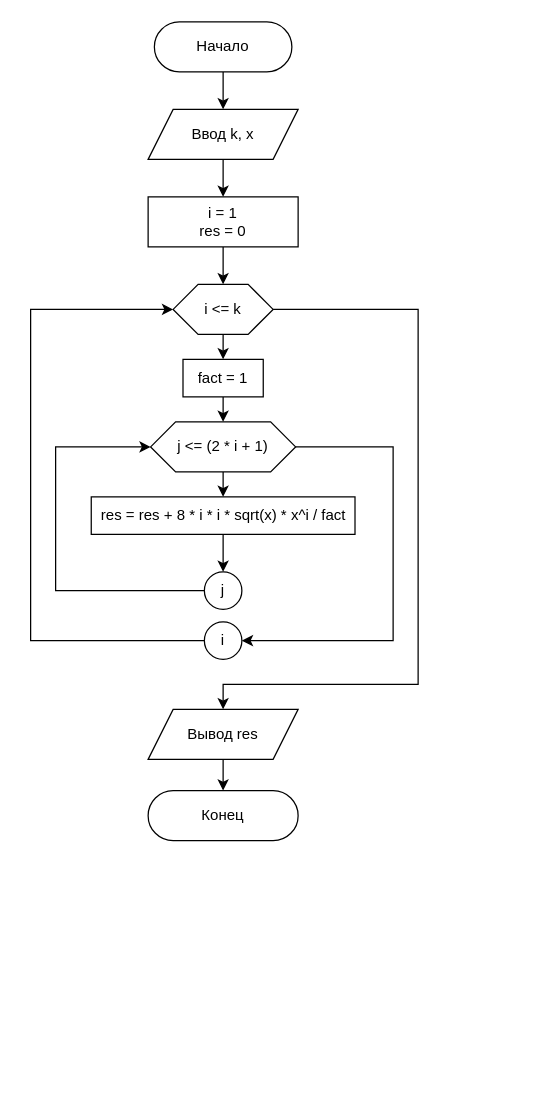
Earlier version of the draw.io diagram Semester-2/Программирование (15)/Отчёты/4.drawio (JustyDev/University). Source tidied: cells renumbered, new cells numbered last; positions are measured from the earlier drawing's top-left corner, leaving out a move shared by most shapes. Both pictures are drawn from the tidied source at 125%, with x=0, y=0 at pixel (30, 21).
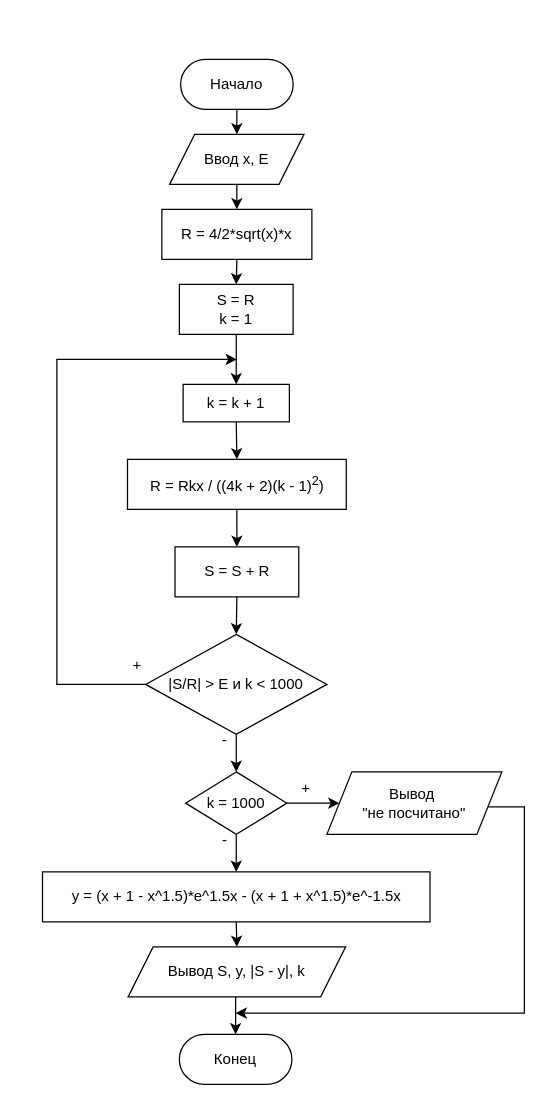
The same page after the edit.

The edit, as a diff of the source:
```diff
@@
+    <mxCell id="25" style="edgeStyle=orthogonalEdgeStyle;rounded=0;jettySize=auto;html=1;exitX=0.5;exitY=1;exitDx=0;exitDy=0;entryX=0.5;entryY=0;entryDx=0;entryDy=0;" parent="1" edge="1" source="2" target="27">
+      <mxGeometry relative="1" as="geometry" />
+    </mxCell>
     <mxCell id="2" value="Начало" style="rounded=1;whiteSpace=wrap;html=1;arcSize=50;" parent="1" vertex="1">
-      <mxGeometry x="99" width="110" height="40" as="geometry" />
+      <mxGeometry x="120" y="30" width="90" height="40" as="geometry" />
     </mxCell>
-    <mxCell id="3" value="Ввод k, x" style="shape=parallelogram;perimeter=parallelogramPerimeter;whiteSpace=wrap;html=1;fixedSize=1;" parent="1" vertex="1">
-      <mxGeometry x="94" y="70" width="120" height="40" as="geometry" />
-    </mxCell>
-    <mxCell id="4" value="i = 1&lt;br&gt;res = 0" style="rounded=0;whiteSpace=wrap;html=1;" parent="1" vertex="1">
-      <mxGeometry x="94" y="140" width="120" height="40" as="geometry" />
-    </mxCell>
-    <mxCell id="5" style="endArrow=classic;html=1;rounded=0;exitX=0;exitY=0.5;exitDx=0;exitDy=0;entryX=0;entryY=0.5;entryDx=0;entryDy=0;" parent="1" edge="1" source="14" target="13">
-      <mxGeometry relative="1" as="geometry">
-        <Array as="points">
-          <mxPoint y="495" />
-          <mxPoint y="375" />
-          <mxPoint y="230" />
-        </Array>
-      </mxGeometry>
-    </mxCell>
-    <mxCell id="6" style="endArrow=classic;html=1;rounded=0;exitX=0.5;exitY=1;exitDx=0;exitDy=0;entryX=0.5;entryY=0;entryDx=0;entryDy=0;" parent="1" edge="1" source="2" target="3">
-      <mxGeometry relative="1" as="geometry" />
-    </mxCell>
-    <mxCell id="7" style="endArrow=classic;html=1;rounded=0;exitX=0.5;exitY=1;exitDx=0;exitDy=0;entryX=0.5;entryY=0;entryDx=0;entryDy=0;" parent="1" edge="1" source="3" target="4">
-      <mxGeometry relative="1" as="geometry" />
-    </mxCell>
-    <mxCell id="8" value="Вывод res" style="shape=parallelogram;perimeter=parallelogramPerimeter;whiteSpace=wrap;html=1;fixedSize=1;" parent="1" vertex="1">
-      <mxGeometry x="94" y="550" width="120" height="40" as="geometry" />
-    </mxCell>
-    <mxCell id="9" style="endArrow=classic;html=1;rounded=0;exitX=0.5;exitY=1;exitDx=0;exitDy=0;" parent="1" edge="1" source="4">
-      <mxGeometry relative="1" as="geometry">
-        <mxPoint x="154" y="210" as="targetPoint" />
-      </mxGeometry>
-    </mxCell>
-    <mxCell id="10" style="endArrow=classic;html=1;rounded=0;exitX=1;exitY=0.5;exitDx=0;exitDy=0;" parent="1" edge="1" source="13" target="8">
-      <mxGeometry relative="1" as="geometry">
-        <Array as="points">
-          <mxPoint x="310" y="230" />
-          <mxPoint x="310" y="530" />
-          <mxPoint x="154" y="530" />
-        </Array>
-      </mxGeometry>
-    </mxCell>
-    <mxCell id="11" style="endArrow=classic;html=1;rounded=0;exitX=0.5;exitY=1;exitDx=0;exitDy=0;" parent="1" edge="1" source="8" target="12">
-      <mxGeometry relative="1" as="geometry" />
-    </mxCell>
+    <mxCell id="26" style="edgeStyle=orthogonalEdgeStyle;rounded=0;jettySize=auto;html=1;exitX=0.5;exitY=1;exitDx=0;exitDy=0;entryX=0.5;entryY=0;entryDx=0;entryDy=0;" parent="1" edge="1" source="27" target="29">
+      <mxGeometry relative="1" as="geometry" />
+    </mxCell>
+    <mxCell id="27" value="Ввод x, E" style="shape=parallelogram;perimeter=parallelogramPerimeter;whiteSpace=wrap;html=1;fixedSize=1;" parent="1" vertex="1">
+      <mxGeometry x="111.2" y="90" width="107.5" height="40" as="geometry" />
+    </mxCell>
+    <mxCell id="28" style="edgeStyle=orthogonalEdgeStyle;rounded=0;jettySize=auto;html=1;exitX=0.5;exitY=1;exitDx=0;exitDy=0;entryX=0.5;entryY=0;entryDx=0;entryDy=0;" parent="1" edge="1" source="29" target="31">
+      <mxGeometry relative="1" as="geometry" />
+    </mxCell>
+    <mxCell id="29" value="R = 4/2*sqrt(x)*x" style="rounded=0;whiteSpace=wrap;html=1;" parent="1" vertex="1">
+      <mxGeometry x="105" y="150" width="120" height="40" as="geometry" />
+    </mxCell>
+    <mxCell id="30" style="edgeStyle=orthogonalEdgeStyle;rounded=0;jettySize=auto;html=1;exitX=0.5;exitY=1;exitDx=0;exitDy=0;entryX=0.5;entryY=0;entryDx=0;entryDy=0;" parent="1" edge="1" source="31" target="33">
+      <mxGeometry relative="1" as="geometry" />
+    </mxCell>
+    <mxCell id="31" value="S = R&lt;div&gt;k = 1&lt;/div&gt;" style="rounded=0;whiteSpace=wrap;html=1;" parent="1" vertex="1">
+      <mxGeometry x="119" y="210" width="91" height="40" as="geometry" />
+    </mxCell>
+    <mxCell id="32" style="edgeStyle=orthogonalEdgeStyle;rounded=0;jettySize=auto;html=1;exitX=0.5;exitY=1;exitDx=0;exitDy=0;entryX=0.5;entryY=0;entryDx=0;entryDy=0;" parent="1" edge="1" source="33" target="35">
+      <mxGeometry relative="1" as="geometry" />
+    </mxCell>
+    <mxCell id="33" value="k = k + 1" style="rounded=0;whiteSpace=wrap;html=1;" parent="1" vertex="1">
+      <mxGeometry x="122" y="290" width="85" height="30" as="geometry" />
+    </mxCell>
+    <mxCell id="34" style="edgeStyle=orthogonalEdgeStyle;rounded=0;jettySize=auto;html=1;exitX=0.5;exitY=1;exitDx=0;exitDy=0;entryX=0.5;entryY=0;entryDx=0;entryDy=0;" parent="1" edge="1" source="35" target="37">
+      <mxGeometry relative="1" as="geometry" />
+    </mxCell>
+    <mxCell id="35" value="R = Rkx / ((4k + 2)(k - 1)&lt;sup&gt;2&lt;/sup&gt;)" style="rounded=0;whiteSpace=wrap;html=1;" parent="1" vertex="1">
+      <mxGeometry x="77.5" y="350" width="175" height="40" as="geometry" />
+    </mxCell>
+    <mxCell id="36" style="edgeStyle=orthogonalEdgeStyle;rounded=0;jettySize=auto;html=1;exitX=0.5;exitY=1;exitDx=0;exitDy=0;entryX=0.5;entryY=0;entryDx=0;entryDy=0;" parent="1" edge="1" source="37" target="40">
+      <mxGeometry relative="1" as="geometry" />
+    </mxCell>
+    <mxCell id="37" value="S = S + R" style="rounded=0;whiteSpace=wrap;html=1;" parent="1" vertex="1">
+      <mxGeometry x="115.5" y="420" width="99" height="40" as="geometry" />
+    </mxCell>
+    <mxCell id="38" style="edgeStyle=orthogonalEdgeStyle;rounded=0;jettySize=auto;html=1;exitX=0.5;exitY=1;exitDx=0;exitDy=0;entryX=0.5;entryY=0;entryDx=0;entryDy=0;" parent="1" edge="1" source="40" target="43">
+      <mxGeometry relative="1" as="geometry" />
+    </mxCell>
+    <mxCell id="39" style="edgeStyle=orthogonalEdgeStyle;rounded=0;jettySize=auto;html=1;exitX=0;exitY=0.5;exitDx=0;exitDy=0;" parent="1" edge="1" source="40">
+      <mxGeometry relative="1" as="geometry">
+        <mxPoint x="165" y="270" as="targetPoint" />
+        <Array as="points">
+          <mxPoint x="21" y="530" />
+          <mxPoint x="21" y="270" />
+          <mxPoint x="122" y="270" />
+        </Array>
+      </mxGeometry>
+    </mxCell>
+    <mxCell id="40" value="|S/R| &amp;gt; E и k &amp;lt; 1000" style="rhombus;whiteSpace=wrap;html=1;" parent="1" vertex="1">
+      <mxGeometry x="92" y="490" width="145" height="80" as="geometry" />
+    </mxCell>
+    <mxCell id="41" style="edgeStyle=orthogonalEdgeStyle;rounded=0;jettySize=auto;html=1;exitX=1;exitY=0.5;exitDx=0;exitDy=0;entryX=0;entryY=0.5;entryDx=0;entryDy=0;" parent="1" edge="1" source="43" target="45">
+      <mxGeometry relative="1" as="geometry" />
+    </mxCell>
+    <mxCell id="42" style="edgeStyle=orthogonalEdgeStyle;rounded=0;jettySize=auto;html=1;exitX=0.5;exitY=1;exitDx=0;exitDy=0;entryX=0.5;entryY=0;entryDx=0;entryDy=0;" parent="1" edge="1" source="43" target="47">
+      <mxGeometry relative="1" as="geometry" />
+    </mxCell>
+    <mxCell id="43" value="k = 1000" style="rhombus;whiteSpace=wrap;html=1;" parent="1" vertex="1">
+      <mxGeometry x="124" y="600" width="81" height="50" as="geometry" />
+    </mxCell>
     <mxCell id="12" value="Конец" style="rounded=1;whiteSpace=wrap;html=1;arcSize=50;" parent="1" vertex="1">
-      <mxGeometry x="94" y="615" width="120" height="40" as="geometry" />
+      <mxGeometry x="119" y="810" width="90" height="40" as="geometry" />
     </mxCell>
-    <mxCell id="13" value="i &amp;lt;= k" style="shape=hexagon;perimeter=hexagonPerimeter2;whiteSpace=wrap;html=1;fixedSize=1;" parent="1" vertex="1">
-      <mxGeometry x="114" y="210" width="80" height="40" as="geometry" />
-    </mxCell>
-    <mxCell id="14" value="i" style="ellipse;whiteSpace=wrap;html=1;" parent="1" vertex="1">
-      <mxGeometry x="139" y="480" width="30" height="30" as="geometry" />
-    </mxCell>
-    <mxCell id="15" value="fact = 1" style="rounded=0;whiteSpace=wrap;html=1;" parent="1" vertex="1">
-      <mxGeometry x="121.9" y="270" width="64.2" height="30" as="geometry" />
-    </mxCell>
-    <mxCell id="16" style="endArrow=classic;html=1;rounded=0;exitX=0.5;exitY=1;exitDx=0;exitDy=0;" parent="1" edge="1" source="13" target="15">
-      <mxGeometry relative="1" as="geometry" />
-    </mxCell>
-    <mxCell id="17" value="j &amp;lt;= (2 * i + 1)" style="shape=hexagon;perimeter=hexagonPerimeter2;whiteSpace=wrap;html=1;fixedSize=1;" parent="1" vertex="1">
-      <mxGeometry x="96" y="320" width="116" height="40" as="geometry" />
-    </mxCell>
-    <mxCell id="18" style="endArrow=classic;html=1;rounded=0;exitX=0.5;exitY=1;exitDx=0;exitDy=0;" parent="1" edge="1" source="15">
-      <mxGeometry relative="1" as="geometry">
-        <mxPoint x="154" y="320" as="targetPoint" />
-      </mxGeometry>
-    </mxCell>
-    <mxCell id="19" value="res = res + 8 * i * i * sqrt(x) * x^i / fact" style="rounded=0;whiteSpace=wrap;html=1;" parent="1" vertex="1">
-      <mxGeometry x="48.5" y="380" width="211" height="30" as="geometry" />
-    </mxCell>
-    <mxCell id="20" style="endArrow=classic;html=1;rounded=0;exitX=0.5;exitY=1;exitDx=0;exitDy=0;entryX=0.5;entryY=0;entryDx=0;entryDy=0;" parent="1" edge="1" source="17" target="19">
-      <mxGeometry relative="1" as="geometry" />
-    </mxCell>
-    <mxCell id="21" style="endArrow=classic;html=1;rounded=0;exitX=0.5;exitY=1;exitDx=0;exitDy=0;entryX=0.5;entryY=0;entryDx=0;entryDy=0;" parent="1" edge="1" source="19" target="22">
-      <mxGeometry relative="1" as="geometry" />
-    </mxCell>
-    <mxCell id="22" value="j" style="ellipse;whiteSpace=wrap;html=1;" parent="1" vertex="1">
-      <mxGeometry x="139" y="440" width="30" height="30" as="geometry" />
-    </mxCell>
-    <mxCell id="23" style="endArrow=classic;html=1;rounded=0;exitX=0;exitY=0.5;exitDx=0;exitDy=0;entryX=0;entryY=0.5;entryDx=0;entryDy=0;" parent="1" edge="1" source="22" target="17">
-      <mxGeometry relative="1" as="geometry">
-        <Array as="points">
-          <mxPoint x="20" y="455" />
-          <mxPoint x="20" y="340" />
-        </Array>
-      </mxGeometry>
-    </mxCell>
-    <mxCell id="24" style="endArrow=classic;html=1;rounded=0;exitX=1;exitY=0.5;exitDx=0;exitDy=0;entryX=1;entryY=0.5;entryDx=0;entryDy=0;" parent="1" edge="1" source="17" target="14">
-      <mxGeometry relative="1" as="geometry">
-        <Array as="points">
-          <mxPoint x="290" y="340" />
-          <mxPoint x="290" y="495" />
-        </Array>
-      </mxGeometry>
-    </mxCell>
+    <mxCell id="44" style="edgeStyle=orthogonalEdgeStyle;rounded=0;orthogonalLoop=1;jettySize=auto;html=1;exitX=1;exitY=0.5;exitDx=0;exitDy=0;strokeColor=default;" parent="1" edge="1">
+      <mxGeometry relative="1" as="geometry">
+        <mxPoint x="361" y="628" as="sourcePoint" />
+        <mxPoint x="164" y="793" as="targetPoint" />
+        <Array as="points">
+          <mxPoint x="395" y="628" />
+        </Array>
+      </mxGeometry>
+    </mxCell>
+    <mxCell id="45" value="Вывод&amp;nbsp;&lt;div&gt;&quot;не посчитано&quot;&lt;/div&gt;" style="shape=parallelogram;perimeter=parallelogramPerimeter;whiteSpace=wrap;html=1;fixedSize=1;" parent="1" vertex="1">
+      <mxGeometry x="237" y="600" width="140" height="50" as="geometry" />
+    </mxCell>
+    <mxCell id="46" style="edgeStyle=orthogonalEdgeStyle;rounded=0;jettySize=auto;html=1;exitX=0.5;exitY=1;exitDx=0;exitDy=0;entryX=0.5;entryY=0;entryDx=0;entryDy=0;" parent="1" edge="1" source="47" target="49">
+      <mxGeometry relative="1" as="geometry" />
+    </mxCell>
+    <mxCell id="47" value="y = (x + 1 - x^1.5)*e^1.5x - (x + 1 + x^1.5)*e^-1.5x" style="rounded=0;whiteSpace=wrap;html=1;" parent="1" vertex="1">
+      <mxGeometry x="9.5" y="680" width="310" height="40" as="geometry" />
+    </mxCell>
+    <mxCell id="48" style="edgeStyle=orthogonalEdgeStyle;rounded=0;jettySize=auto;html=1;exitX=0.5;exitY=1;exitDx=0;exitDy=0;entryX=0.5;entryY=0;entryDx=0;entryDy=0;" parent="1" edge="1" source="49" target="12">
+      <mxGeometry relative="1" as="geometry" />
+    </mxCell>
+    <mxCell id="49" value="Вывод S, y, |S - y|, k" style="shape=parallelogram;perimeter=parallelogramPerimeter;whiteSpace=wrap;html=1;fixedSize=1;" parent="1" vertex="1">
+      <mxGeometry x="78" y="740" width="174" height="40" as="geometry" />
+    </mxCell>
+    <mxCell id="50" value="+" style="text;html=1;align=center;verticalAlign=middle;strokeColor=none;fillColor=none;" parent="1" vertex="1">
+      <mxGeometry x="205" y="598" width="30" height="30" as="geometry" />
+    </mxCell>
+    <mxCell id="51" value="-" style="text;html=1;align=center;verticalAlign=middle;strokeColor=none;fillColor=none;" parent="1" vertex="1">
+      <mxGeometry x="140" y="640" width="30" height="30" as="geometry" />
+    </mxCell>
+    <mxCell id="52" value="+" style="text;html=1;align=center;verticalAlign=middle;strokeColor=none;fillColor=none;" parent="1" vertex="1">
+      <mxGeometry x="70" y="500" width="30" height="30" as="geometry" />
+    </mxCell>
+    <mxCell id="53" value="-" style="text;html=1;align=center;verticalAlign=middle;strokeColor=none;fillColor=none;" parent="1" vertex="1">
+      <mxGeometry x="140" y="560" width="30" height="30" as="geometry" />
+    </mxCell>
```
